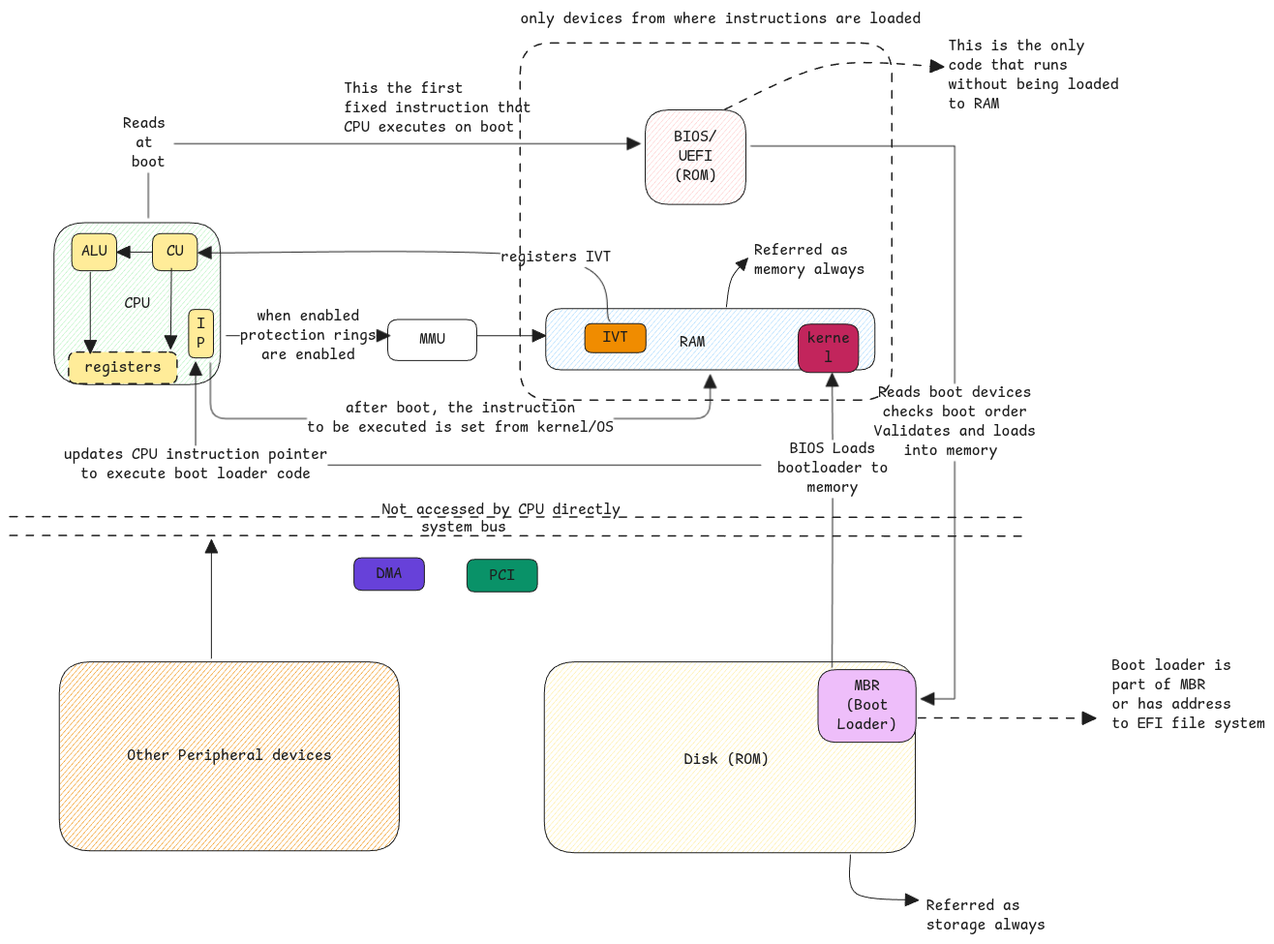
Before: static/img/cpu-bootload-process.excalidraw.png, a diagram exported from Excalidraw (swaroopar/inprogress-engineer). Source tidied: one line per element, renumbered; positions are measured from the earlier drawing's top-left corner, leaving out a move shared by most shapes.
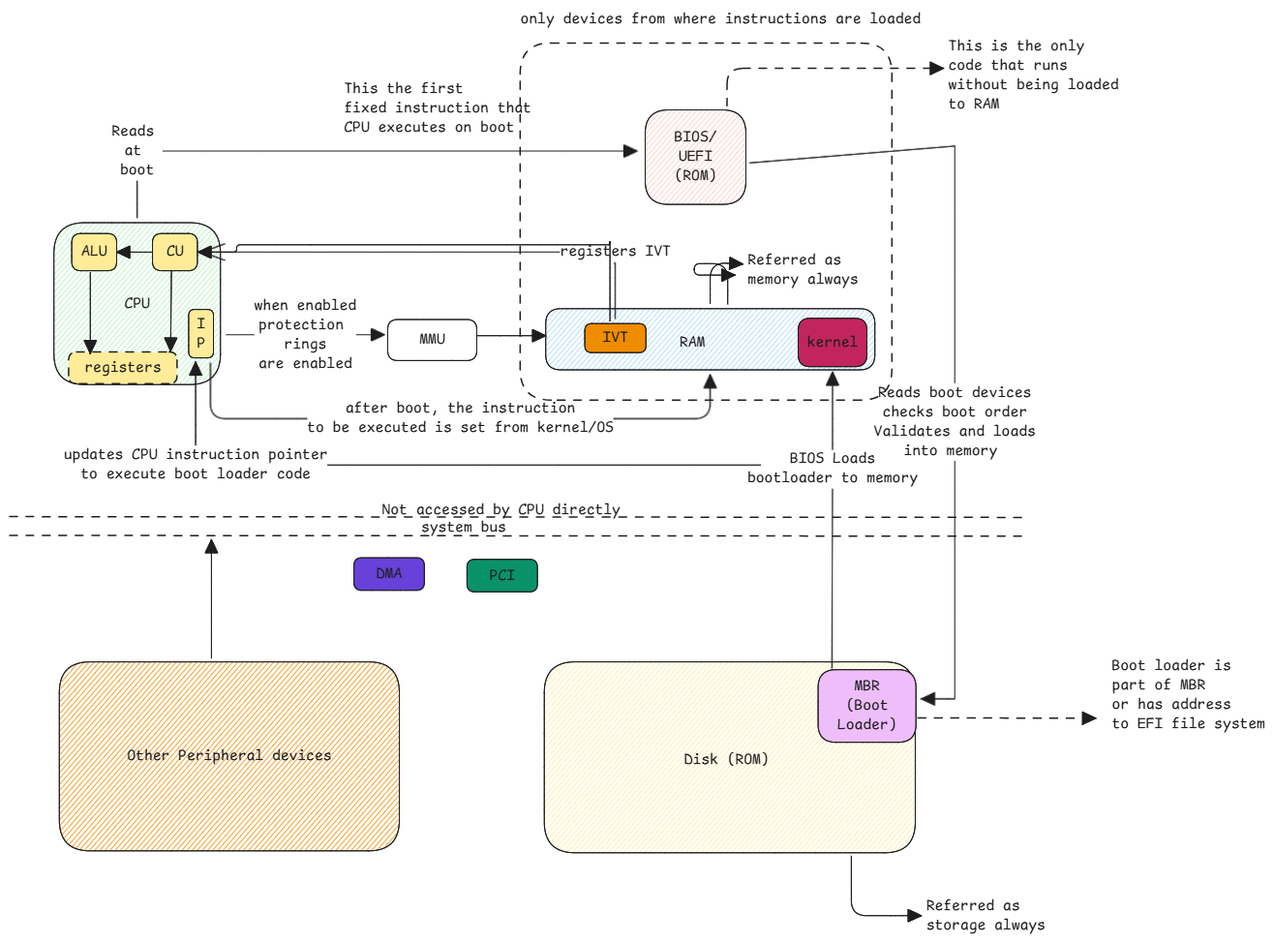
After the commit.

The edit, as a diff of the source:
```diff
@@ -12,31 +12,30 @@
 {"id": 11, "type": "text", "text": "BIOS/\nUEFI\n(ROM)", "strokeColor": "#1e1e1e", "strokeWidth": 2, "roughness": 1, "fontSize": 16, "fontFamily": 8, "textAlign": "center", "verticalAlign": "middle", "inside": 10, "x": 686, "y": 122, "width": 44, "height": 60}
 {"id": 12, "type": "rectangle", "strokeColor": "#1e1e1e", "strokeWidth": 1, "roughness": 0, "round": true, "x": 390, "y": 320, "width": 92, "height": 42}
 {"id": 13, "type": "text", "text": "MMU", "strokeColor": "#1e1e1e", "strokeWidth": 2, "roughness": 1, "fontSize": 16, "fontFamily": 8, "textAlign": "center", "verticalAlign": "middle", "inside": 12, "x": 423, "y": 331, "width": 26, "height": 20}
-{"id": 14, "type": "text", "text": "Referred as \nmemory always", "strokeColor": "#1e1e1e", "strokeWidth": 1, "roughness": 0, "fontSize": 16, "fontFamily": 8, "x": 769, "y": 239, "width": 114, "height": 40}
+{"id": 14, "type": "text", "text": "Referred as \nmemory always", "strokeColor": "#1e1e1e", "strokeWidth": 1, "roughness": 0, "fontSize": 16, "fontFamily": 8, "x": 762, "y": 249, "width": 114, "height": 40}
 {"id": 15, "type": "text", "text": "Referred as\nstorage always", "strokeColor": "#1e1e1e", "strokeWidth": 1, "roughness": 0, "fontSize": 16, "fontFamily": 8, "x": 947, "y": 916, "width": 123, "height": 40}
-{"id": 16, "type": "arrow", "strokeColor": "#1e1e1e", "strokeWidth": 1, "roughness": 0, "endArrowhead": "triangle", "round": true, "from": 4, "to": 14, "x": 740, "y": 307, "width": 22, "height": 50, "points": [[0, 0], [5, -30], [22, -50]]}
-{"id": 17, "type": "arrow", "strokeColor": "#1e1e1e", "strokeWidth": 1, "roughness": 0, "endArrowhead": "triangle", "round": true, "x": 868, "y": 873, "width": 71, "height": 47, "points": [[0, 0], [6, 40], [71, 47]]}
+{"id": 17, "type": "arrow", "strokeColor": "#1e1e1e", "strokeWidth": 1, "roughness": 0, "endArrowhead": "triangle", "from": 6, "to": 15, "x": 869, "y": 874, "width": 72, "height": 62, "points": [[0, 0], [0, 62], [72, 62]]}
-{"id": 18, "type": "arrow", "strokeColor": "#1e1e1e", "strokeWidth": 1, "roughness": 0, "endArrowhead": "triangle", "round": true, "from": 8, "to": 49, "x": 849, "y": 679, "width": 1, "height": 304, "points": [[0, 0], [1, -205], [0, -304]]}
+{"id": 18, "type": "arrow", "strokeColor": "#1e1e1e", "strokeWidth": 1, "roughness": 0, "endArrowhead": "triangle", "from": 8, "x": 849, "y": 680, "width": 1, "height": 306, "points": [[0, 0], [1, -206], [1, -306]]}
-{"id": 19, "type": "text", "text": "BIOS Loads\nbootloader to\nmemory", "strokeColor": "#1e1e1e", "strokeWidth": 2, "roughness": 1, "fontSize": 16, "fontFamily": 8, "textAlign": "center", "verticalAlign": "middle", "inside": 18, "x": 816, "y": 495, "width": 114, "height": 60}
+{"id": 19, "type": "text", "text": "BIOS Loads\nbootloader to memory", "strokeColor": "#1e1e1e", "strokeWidth": 2, "roughness": 1, "fontSize": 16, "fontFamily": 8, "textAlign": "center", "verticalAlign": "middle", "inside": 18, "x": 816, "y": 495, "width": 176, "height": 40}
 {"id": 20, "type": "arrow", "strokeColor": "#1e1e1e", "strokeWidth": 1, "strokeStyle": "dashed", "roughness": 0, "endArrowhead": "triangle", "round": true, "from": 8, "to": 21, "x": 938, "y": 731, "width": 184, "height": 0, "points": [[0, 0], [184, 0]]}
 {"id": 21, "type": "text", "text": "Boot loader is \npart of MBR\nor has address\nto EFI file system", "strokeColor": "#1e1e1e", "strokeWidth": 1, "roughness": 0, "fontSize": 16, "fontFamily": 8, "x": 1138, "y": 668, "width": 158, "height": 80}
 {"id": 22, "type": "text", "text": "This the first \nfixed instruction that\nCPU executes on boot", "strokeColor": "#1e1e1e", "strokeWidth": 1, "strokeStyle": "dashed", "roughness": 0, "fontSize": 16, "fontFamily": 8, "x": 345, "y": 72, "width": 194, "height": 60}
 {"id": 23, "type": "text", "text": "This is the only\ncode that runs \nwithout being loaded \nto RAM", "strokeColor": "#1e1e1e", "strokeWidth": 1, "roughness": 0, "fontSize": 16, "fontFamily": 8, "x": 969, "y": 28, "width": 185, "height": 80}
-{"id": 24, "type": "arrow", "strokeColor": "#1e1e1e", "strokeWidth": 1, "roughness": 0, "endArrowhead": "triangle", "from": 10, "to": 8, "x": 765, "y": 141, "width": 211, "height": 571, "points": [[0, 0], [211, 0], [211, 571], [176, 571]]}
+{"id": 24, "type": "arrow", "strokeColor": "#1e1e1e", "strokeWidth": 1, "roughness": 0, "endArrowhead": "triangle", "from": 10, "to": 8, "x": 764, "y": 158, "width": 212, "height": 571, "points": [[0, 0], [212, -17], [212, 554], [178, 554]]}
 {"id": 25, "type": "text", "text": "Reads boot devices\nchecks boot order\nValidates and loads\ninto memory ", "strokeColor": "#1e1e1e", "strokeWidth": 1, "roughness": 1, "fontSize": 16, "fontFamily": 8, "textAlign": "center", "verticalAlign": "middle", "inside": 24, "x": 893, "y": 386, "width": 167, "height": 80}
-{"id": 26, "type": "arrow", "strokeColor": "#1e1e1e", "strokeWidth": 1, "roughness": 0, "endArrowhead": "triangle", "from": 0, "to": 10, "x": 143, "y": 215, "width": 508, "height": 77, "points": [[0, 0], [0, -77], [508, -77]]}
+{"id": 26, "type": "arrow", "strokeColor": "#1e1e1e", "strokeWidth": 1, "roughness": 0, "endArrowhead": "triangle", "from": 0, "to": 10, "x": 132, "y": 215, "width": 516, "height": 69, "points": [[0, 0], [0, -69], [516, -69]]}
 {"id": 27, "type": "text", "text": "Reads \nat \nboot", "strokeColor": "#1e1e1e", "strokeWidth": 1, "roughness": 1, "fontSize": 16, "fontFamily": 8, "textAlign": "center", "verticalAlign": "middle", "inside": 26, "x": 117, "y": 108, "width": 53, "height": 60}
 {"id": 28, "type": "line", "strokeColor": "#1e1e1e", "strokeWidth": 1, "strokeStyle": "dashed", "roughness": 0, "endArrowhead": "triangle", "round": true, "x": 0, "y": 524, "width": 1050, "height": 1, "points": [[0, 0], [1050, 1]]}
 {"id": 29, "type": "text", "text": "Not accessed by CPU directly", "strokeColor": "#1e1e1e", "strokeWidth": 1, "strokeStyle": "dashed", "roughness": 0, "fontSize": 16, "fontFamily": 8, "x": 384, "y": 507, "width": 246, "height": 20}
 {"id": 30, "type": "rectangle", "strokeColor": "#1e1e1e", "strokeWidth": 1, "strokeStyle": "dashed", "roughness": 0, "round": true, "x": 527, "y": 34, "width": 384, "height": 369}
 {"id": 31, "type": "text", "text": "only devices from where instructions are loaded", "strokeColor": "#1e1e1e", "strokeWidth": 1, "strokeStyle": "dashed", "roughness": 0, "fontSize": 16, "fontFamily": 8, "x": 527, "y": 0, "width": 414, "height": 20}
-{"id": 32, "type": "arrow", "strokeColor": "#1e1e1e", "strokeWidth": 1, "strokeStyle": "dashed", "roughness": 0, "endArrowhead": "triangle", "round": true, "from": 10, "to": 23, "x": 739, "y": 103, "width": 226, "height": 45, "points": [[0, 0], [108, -45], [226, -44]]}
+{"id": 32, "type": "arrow", "strokeColor": "#1e1e1e", "strokeWidth": 1, "strokeStyle": "dashed", "roughness": 0, "endArrowhead": "triangle", "from": 10, "to": 23, "x": 741, "y": 99, "width": 223, "height": 39, "points": [[0, 0], [0, -39], [223, -39]]}
 {"id": 33, "type": "arrow", "strokeColor": "#1e1e1e", "strokeWidth": 1, "roughness": 0, "endArrowhead": "triangle", "to": 35, "x": 776, "y": 470, "width": 584, "height": 106, "points": [[0, 0], [-584, 0], [-584, -106]]}
 {"id": 34, "type": "text", "text": "updates CPU instruction pointer\nto execute boot loader code", "strokeColor": "#1e1e1e", "strokeWidth": 1, "roughness": 1, "fontSize": 16, "fontFamily": 8, "textAlign": "center", "verticalAlign": "middle", "inside": 33, "x": 56, "y": 450, "width": 273, "height": 40}
 {"id": 35, "type": "rectangle", "strokeColor": "#1e1e1e", "backgroundColor": "#ffec99", "fillStyle": "solid", "strokeWidth": 1, "roughness": 0, "round": true, "x": 185, "y": 310, "width": 26, "height": 50}
 {"id": 36, "type": "text", "text": "I\nP", "strokeColor": "#1e1e1e", "strokeWidth": 1, "roughness": 1, "fontSize": 16, "fontFamily": 8, "textAlign": "center", "verticalAlign": "middle", "inside": 35, "x": 193, "y": 315, "width": 9, "height": 40}
-{"id": 37, "type": "arrow", "strokeColor": "#1e1e1e", "backgroundColor": "#ffffff", "fillStyle": "solid", "strokeWidth": 1, "roughness": 0, "endArrowhead": "triangle", "round": true, "from": 0, "x": 223, "y": 337, "width": 169, "height": 0, "points": [[0, 0], [169, 0]]}
+{"id": 37, "type": "arrow", "strokeColor": "#1e1e1e", "backgroundColor": "#ffffff", "fillStyle": "solid", "strokeWidth": 1, "roughness": 0, "endArrowhead": "triangle", "round": true, "from": 35, "to": 12, "x": 223, "y": 336, "width": 164, "height": 0, "points": [[0, 0], [164, 0]]}
-{"id": 38, "type": "text", "text": "when enabled\nprotection rings\nare enabled", "strokeColor": "#1e1e1e", "backgroundColor": "#ffffff", "fillStyle": "solid", "strokeWidth": 1, "roughness": 1, "fontSize": 16, "fontFamily": 8, "textAlign": "center", "verticalAlign": "middle", "inside": 37, "x": 238, "y": 307, "width": 141, "height": 60}
+{"id": 38, "type": "text", "text": "when enabled\nprotection \nrings\nare enabled", "strokeColor": "#1e1e1e", "backgroundColor": "#ffffff", "fillStyle": "solid", "strokeWidth": 1, "roughness": 1, "fontSize": 16, "fontFamily": 8, "textAlign": "center", "verticalAlign": "middle", "inside": 37, "x": 255, "y": 296, "width": 106, "height": 80}
 {"id": 39, "type": "arrow", "strokeColor": "#1e1e1e", "backgroundColor": "#ffffff", "fillStyle": "solid", "strokeWidth": 1, "roughness": 0, "endArrowhead": "triangle", "round": true, "x": 482, "y": 337, "width": 71, "height": 0, "points": [[0, 0], [71, 0]]}
 {"id": 40, "type": "arrow", "strokeColor": "#1e1e1e", "backgroundColor": "#ffffff", "fillStyle": "solid", "strokeWidth": 1, "roughness": 0, "endArrowhead": "triangle", "from": 35, "to": 4, "x": 207, "y": 365, "width": 516, "height": 58, "points": [[0, 0], [0, 58], [516, 58], [516, 12]]}
 {"id": 41, "type": "text", "text": "after boot, the instruction\nto be executed is set from kernel/OS", "strokeColor": "#1e1e1e", "backgroundColor": "#ffffff", "fillStyle": "solid", "strokeWidth": 1, "roughness": 1, "fontSize": 16, "fontFamily": 8, "textAlign": "center", "verticalAlign": "middle", "inside": 40, "x": 305, "y": 402, "width": 317, "height": 40}
@@ -46,13 +45,11 @@
 {"id": 45, "type": "text", "text": "CU", "strokeColor": "#1e1e1e", "backgroundColor": "#ffffff", "fillStyle": "solid", "strokeWidth": 1, "roughness": 1, "fontSize": 16, "fontFamily": 8, "textAlign": "center", "verticalAlign": "middle", "inside": 44, "x": 162, "y": 240, "width": 18, "height": 20}
 {"id": 46, "type": "arrow", "strokeColor": "#1e1e1e", "backgroundColor": "#ffffff", "fillStyle": "solid", "strokeWidth": 1, "roughness": 0, "endArrowhead": "triangle", "round": true, "x": 147, "y": 250, "width": 37, "height": 0, "points": [[0, 0], [-37, 0]]}
 {"id": 47, "type": "arrow", "strokeColor": "#1e1e1e", "backgroundColor": "#ffffff", "fillStyle": "solid", "strokeWidth": 1, "roughness": 0, "endArrowhead": "triangle", "round": true, "x": 83, "y": 271, "width": 0, "height": 84, "points": [[0, 0], [0, 84]]}
-{"id": 48, "type": "arrow", "strokeColor": "#1e1e1e", "backgroundColor": "#ffffff", "fillStyle": "solid", "strokeWidth": 1, "roughness": 0, "endArrowhead": "triangle", "round": true, "from": 44, "to": 2, "x": 167, "y": 267, "width": 1, "height": 83, "points": [[0, 0], [-1, 83]]}
+{"id": 48, "type": "arrow", "strokeColor": "#1e1e1e", "backgroundColor": "#ffffff", "fillStyle": "solid", "strokeWidth": 1, "roughness": 0, "endArrowhead": "triangle", "round": true, "from": 44, "to": 2, "x": 167, "y": 270, "width": 1, "height": 82, "points": [[0, 0], [-1, 82]]}
-{"id": 49, "type": "rectangle", "strokeColor": "#1e1e1e", "backgroundColor": "#c2255c", "fillStyle": "solid", "strokeWidth": 1, "roughness": 0, "round": true, "x": 814, "y": 325, "width": 62, "height": 50}
+{"id": 49, "type": "rectangle", "strokeColor": "#1e1e1e", "backgroundColor": "#c2255c", "fillStyle": "solid", "strokeWidth": 1, "roughness": 0, "round": true, "x": 815, "y": 319, "width": 71, "height": 50}
-{"id": 50, "type": "text", "text": "kerne\nl", "strokeColor": "#1e1e1e", "backgroundColor": "#ffffff", "fillStyle": "solid", "strokeWidth": 1, "roughness": 1, "fontSize": 16, "fontFamily": 8, "textAlign": "center", "verticalAlign": "middle", "inside": 49, "x": 824, "y": 330, "width": 44, "height": 40}
+{"id": 50, "type": "text", "text": "kernel", "strokeColor": "#1e1e1e", "backgroundColor": "#ffffff", "fillStyle": "solid", "strokeWidth": 1, "roughness": 1, "fontSize": 16, "fontFamily": 8, "textAlign": "center", "verticalAlign": "middle", "inside": 49, "x": 824, "y": 334, "width": 53, "height": 20}
 {"id": 51, "type": "rectangle", "strokeColor": "#1e1e1e", "backgroundColor": "#f08c00", "fillStyle": "solid", "strokeWidth": 1, "roughness": 0, "round": true, "x": 594, "y": 324, "width": 63, "height": 30}
 {"id": 52, "type": "text", "text": "IVT", "strokeColor": "#1e1e1e", "backgroundColor": "#eebefa", "fillStyle": "solid", "strokeWidth": 1, "roughness": 0, "fontSize": 16, "fontFamily": 8, "textAlign": "center", "verticalAlign": "middle", "inside": 51, "x": 612, "y": 329, "width": 26, "height": 20}
-{"id": 53, "type": "arrow", "strokeColor": "#1e1e1e", "backgroundColor": "#f08c00", "fillStyle": "hachure", "strokeWidth": 1, "roughness": 0, "endArrowhead": "triangle", "round": true, "from": 51, "to": 44, "x": 620, "y": 322, "width": 426, "height": 71, "points": [[0, 0], [-56, -66], [-426, -71]]}
-{"id": 54, "type": "text", "text": "registers IVT", "strokeColor": "#1e1e1e", "backgroundColor": "#f08c00", "fillStyle": "hachure", "strokeWidth": 1, "roughness": 0, "fontSize": 16, "fontFamily": 8, "textAlign": "center", "verticalAlign": "middle", "inside": 53, "x": 507, "y": 246, "width": 114, "height": 20}
 {"id": 55, "type": "line", "strokeColor": "#1e1e1e", "strokeWidth": 1, "strokeStyle": "dashed", "roughness": 0, "endArrowhead": "triangle", "round": true, "x": 0, "y": 543, "width": 1050, "height": 1, "points": [[0, 0], [1050, 1]]}
 {"id": 56, "type": "text", "text": "system bus", "strokeColor": "#1e1e1e", "backgroundColor": "#f08c00", "fillStyle": "hachure", "strokeWidth": 1, "roughness": 0, "fontSize": 16, "fontFamily": 8, "x": 425, "y": 525, "width": 88, "height": 20}
 {"id": 57, "type": "rectangle", "strokeColor": "#1e1e1e", "backgroundColor": "#f08c00", "fillStyle": "hachure", "strokeWidth": 1, "roughness": 0, "round": true, "x": 51, "y": 674, "width": 351, "height": 195}
@@ -62,3 +59,6 @@
 {"id": 61, "type": "rectangle", "strokeColor": "#1e1e1e", "backgroundColor": "#099268", "fillStyle": "solid", "strokeWidth": 1, "roughness": 0, "round": true, "x": 472, "y": 568, "width": 73, "height": 34}
 {"id": 62, "type": "text", "text": "PCI", "strokeColor": "#1e1e1e", "backgroundColor": "#f08c00", "fillStyle": "hachure", "strokeWidth": 1, "roughness": 0, "fontSize": 16, "fontFamily": 8, "textAlign": "center", "verticalAlign": "middle", "inside": 61, "x": 496, "y": 575, "width": 26, "height": 20}
 {"id": 63, "type": "arrow", "strokeColor": "#1e1e1e", "strokeWidth": 1, "roughness": 0, "endArrowhead": "triangle", "round": true, "x": 208, "y": 670, "width": 0, "height": 123, "points": [[0, 0], [0, -123]]}
+{"id": 64, "type": "arrow", "strokeColor": "#1e1e1e", "strokeWidth": 1, "roughness": 0, "endArrowhead": "arrow", "from": 51, "to": 44, "x": 626, "y": 319, "width": 427, "height": 69, "points": [[0, 0], [0, -69], [-427, -69]]}
+{"id": 54, "type": "text", "text": "registers IVT", "strokeColor": "#1e1e1e", "strokeWidth": 1, "roughness": 0, "fontSize": 16, "fontFamily": 8, "textAlign": "center", "verticalAlign": "middle", "inside": 64, "x": 568, "y": 240, "width": 114, "height": 20}
+{"id": 65, "type": "arrow", "strokeColor": "#1e1e1e", "strokeWidth": 1, "roughness": 0, "endArrowhead": "triangle", "from": 4, "to": 14, "x": 724, "y": 304, "width": 34, "height": 42, "points": [[0, 0], [0, -42], [34, -41]]}
```
